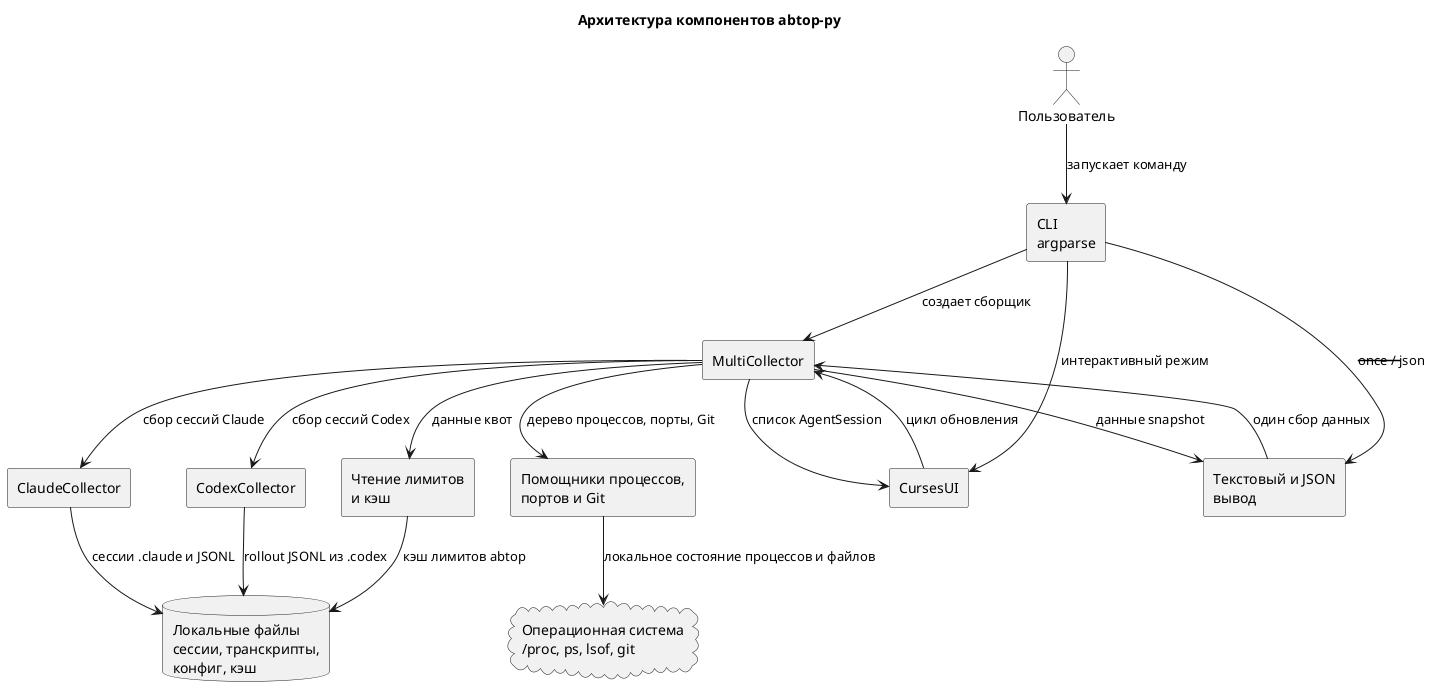
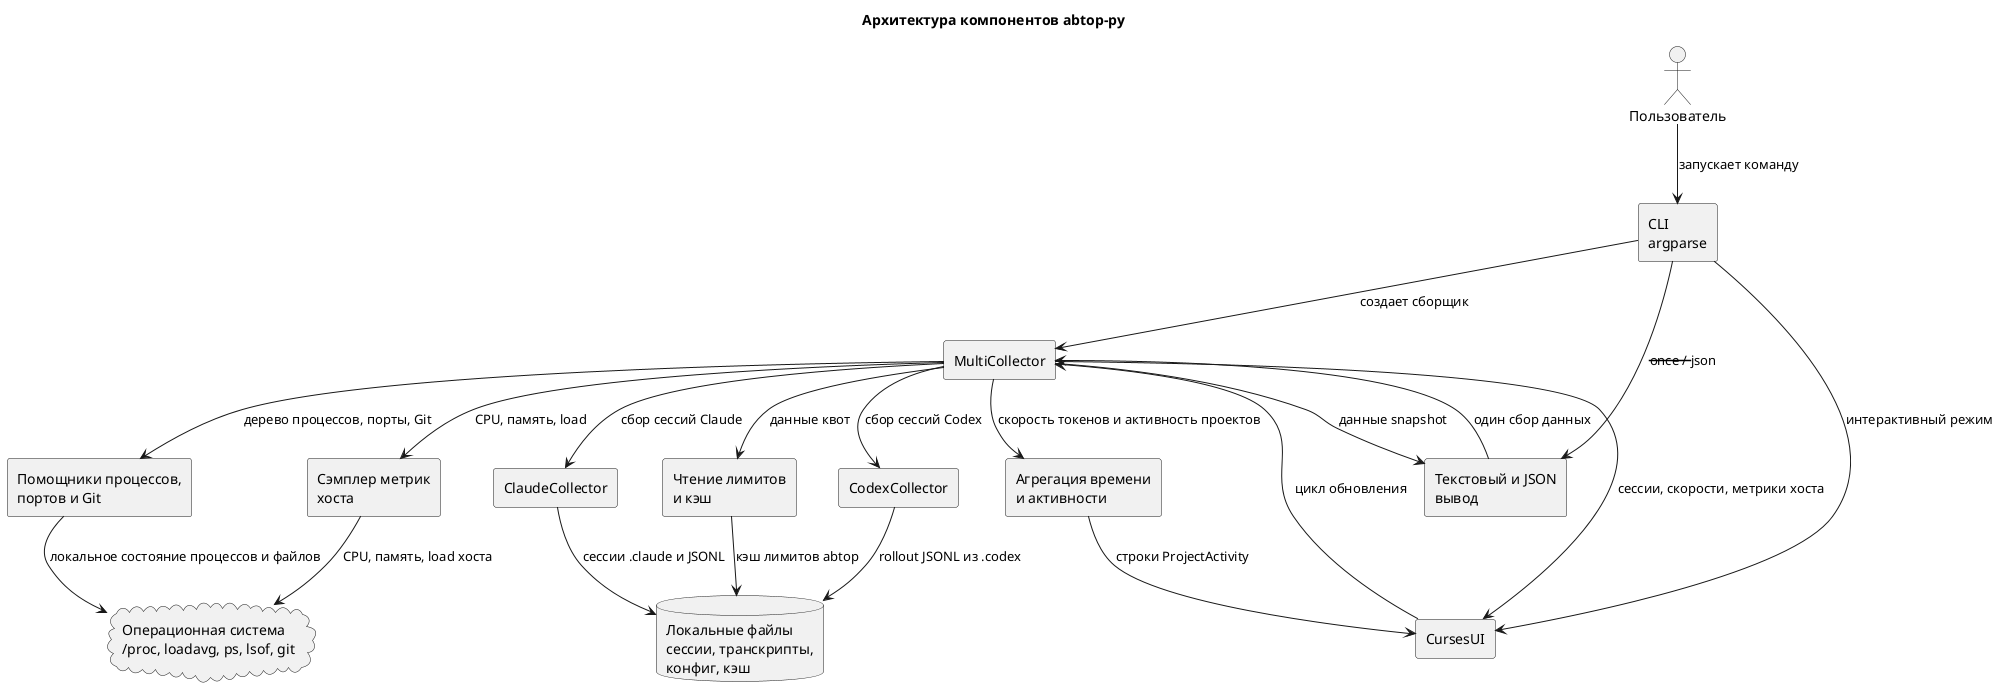
@startuml
title Архитектура компонентов abtop-py

skinparam componentStyle rectangle
skinparam shadowing false

actor "Пользователь" as User

component "CLI\nargparse" as CLI
component "MultiCollector" as MultiCollector
component "ClaudeCollector" as ClaudeCollector
component "CodexCollector" as CodexCollector
component "Помощники процессов,\nпортов и Git" as Helpers
+ component "Сэмплер метрик\nхоста" as HostMetrics
component "Чтение лимитов\nи кэш" as RateLimits
+ component "Агрегация времени\nи активности" as Activity
component "CursesUI" as TUI
component "Текстовый и JSON\nвывод" as Output

database "Локальные файлы\nсессии, транскрипты,\nконфиг, кэш" as Files
- cloud "Операционная система\n/proc, ps, lsof, git" as OS
+ cloud "Операционная система\n/proc, loadavg, ps, lsof, git" as OS

User --> CLI : запускает команду
CLI --> MultiCollector : создает сборщик
CLI --> TUI : интерактивный режим
CLI --> Output : --once / --json
TUI --> MultiCollector : цикл обновления
Output --> MultiCollector : один сбор данных

MultiCollector --> ClaudeCollector : сбор сессий Claude
MultiCollector --> CodexCollector : сбор сессий Codex
MultiCollector --> Helpers : дерево процессов, порты, Git
+ MultiCollector --> HostMetrics : CPU, память, load
MultiCollector --> RateLimits : данные квот
+ MultiCollector --> Activity : скорость токенов и активность проектов

ClaudeCollector --> Files : сессии .claude и JSONL
CodexCollector --> Files : rollout JSONL из .codex
RateLimits --> Files : кэш лимитов abtop
Helpers --> OS : локальное состояние процессов и файлов
+ HostMetrics --> OS : CPU, память, load хоста

- MultiCollector --> TUI : список AgentSession
+ MultiCollector --> TUI : сессии, скорости, метрики хоста
+ Activity --> TUI : строки ProjectActivity
MultiCollector --> Output : данные snapshot
@enduml
